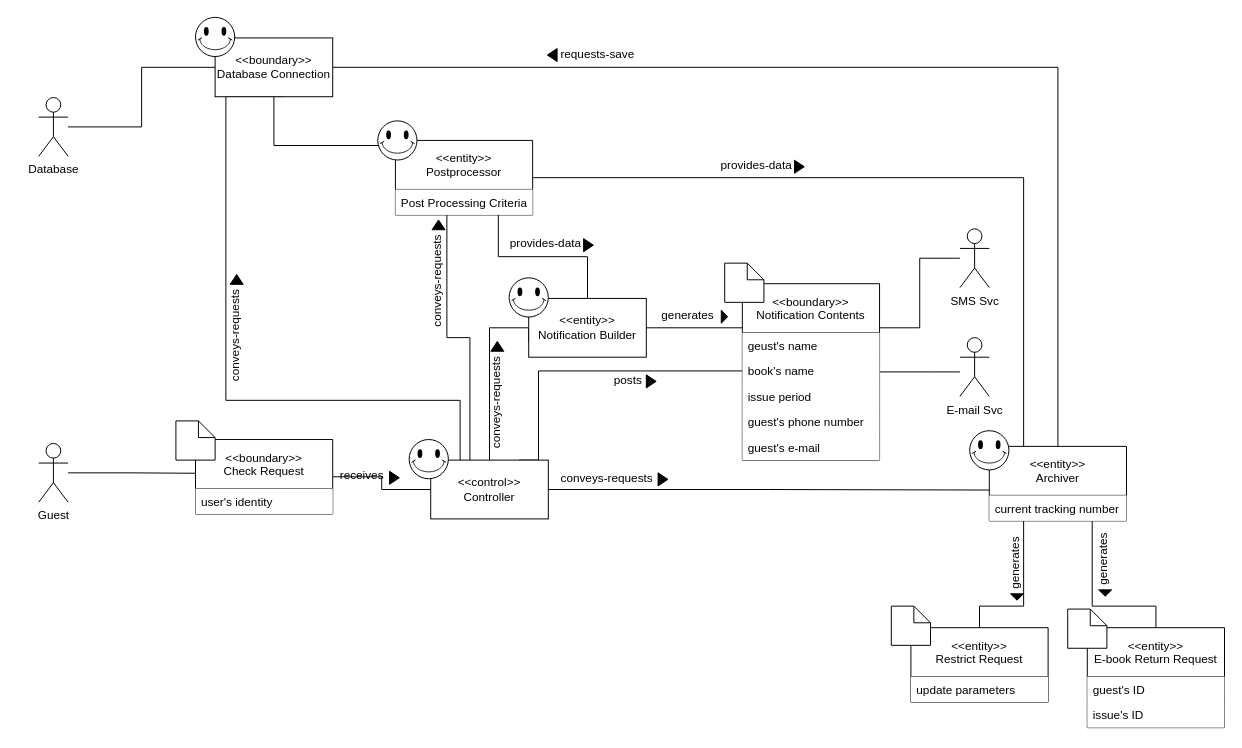
youngkwon02/Enhanced-library-management keeps this draw.io diagram as docs/DomainModels/diagrams/DM-UC-13.drawio. Above is the earlier version. Source tidied: cells renumbered, new cells numbered last; positions are measured from the earlier drawing's top-left corner, leaving out a move shared by most shapes. Both pictures are drawn from the tidied source at 98%, with x=0, y=0 at pixel (38, 17).
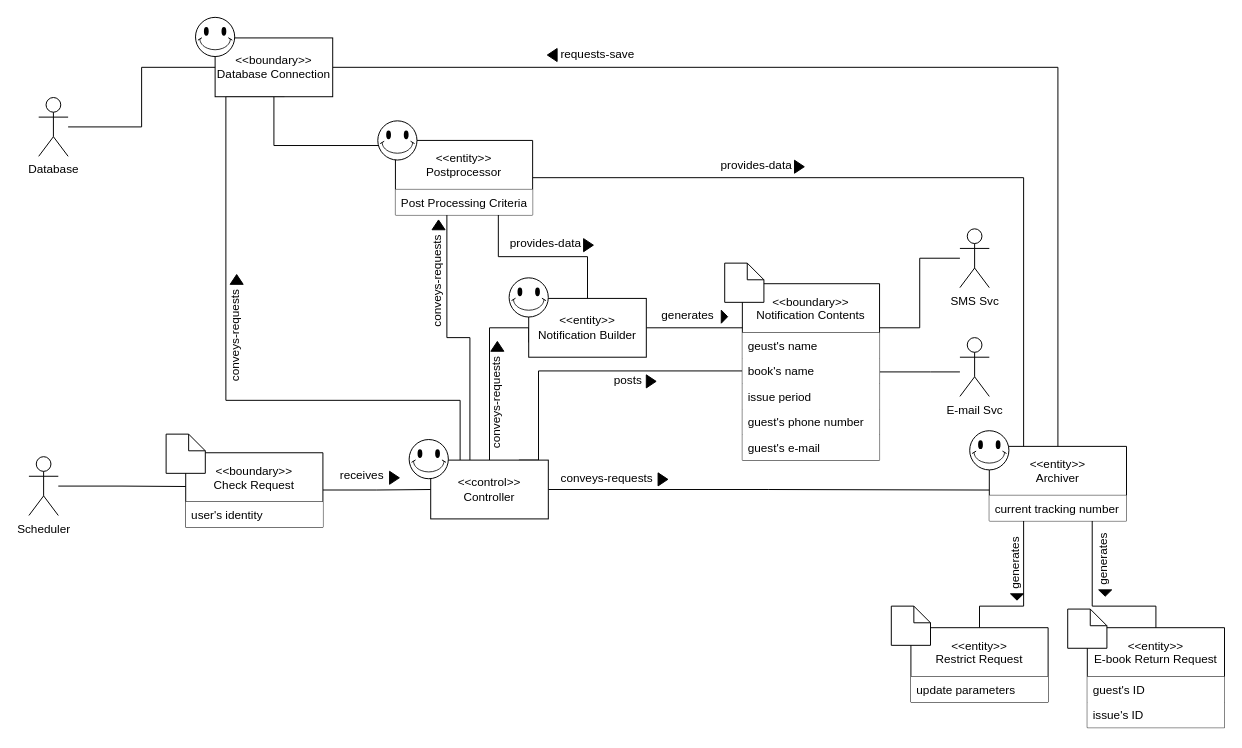
The same diagram, later.

Diff of the diagram source:
```diff
@@
-    <mxCell id="14" value="Guest" style="shape=umlActor;verticalLabelPosition=bottom;verticalAlign=top;html=1;outlineConnect=0;" parent="1" vertex="1">
-      <mxGeometry y="435" width="30" height="60" as="geometry" />
+    <mxCell id="14" value="Scheduler" style="shape=umlActor;verticalLabelPosition=bottom;verticalAlign=top;html=1;outlineConnect=0;" parent="1" vertex="1">
+      <mxGeometry x="-10" y="448.5" width="30" height="60" as="geometry" />
     </mxCell>
@@
     <mxCell id="16" value="&lt;&lt;boundary&gt;&gt;&#10;Check Request" style="swimlane;fontStyle=0;horizontal=1;startSize=50;" parent="1" vertex="1">
-      <mxGeometry x="160" y="431" width="140" height="76" as="geometry" />
+      <mxGeometry x="150" y="444.5" width="140" height="76" as="geometry" />
     </mxCell>
@@
     <mxCell id="20" style="shape=note2;boundedLbl=1;whiteSpace=wrap;html=1;size=17;verticalAlign=top;align=center;fillColor=#ffffff;" parent="1" vertex="1">
-      <mxGeometry x="140" y="412" width="40" height="40" as="geometry" />
+      <mxGeometry x="130" y="425.5" width="40" height="40" as="geometry" />
     </mxCell>
```
